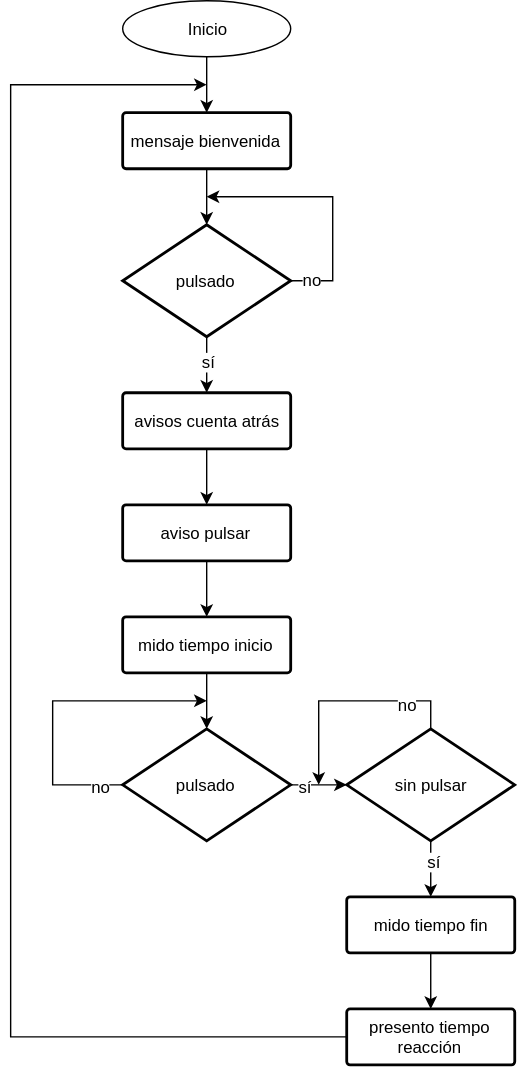
Earlier version of the draw.io export bitbloq/doc/reaction_time.svg (marcoantmartinez/marcoantmartinez.github.io). Source tidied: cells renumbered, new cells last; positions are measured from the earlier drawing's top-left corner, leaving out a move shared by most shapes.
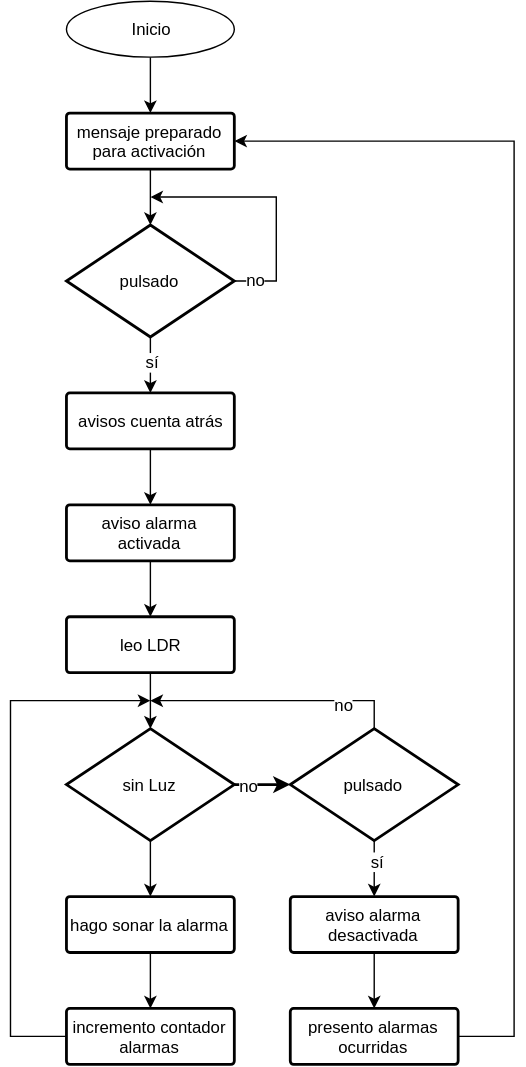
The same diagram one commit later.

Diff of the diagram source:
```diff
@@ -17,33 +17,25 @@
     <mxCell id="6" style="edgeStyle=orthogonalEdgeStyle;rounded=0;html=1;exitX=0.5;exitY=1;exitPerimeter=0;entryX=0.5;entryY=0;entryPerimeter=0;jettySize=auto;" parent="1" edge="1" source="7" target="9">
       <mxGeometry relative="1" as="geometry" />
     </mxCell>
-    <mxCell id="7" value="aviso pulsar" style="strokeWidth=2;html=1;shape=mxgraph.flowchart.process;whiteSpace=wrap;" parent="1" vertex="1">
+    <mxCell id="7" value="aviso alarma activada" style="strokeWidth=2;html=1;shape=mxgraph.flowchart.process;whiteSpace=wrap;" parent="1" vertex="1">
       <mxGeometry x="110" y="360" width="120" height="40" as="geometry" />
     </mxCell>
     <mxCell id="8" style="edgeStyle=orthogonalEdgeStyle;rounded=0;html=1;exitX=0.5;exitY=1;exitPerimeter=0;entryX=0.5;entryY=0;entryPerimeter=0;jettySize=auto;" parent="1" edge="1" source="9" target="14">
       <mxGeometry relative="1" as="geometry" />
     </mxCell>
-    <mxCell id="9" value="mido tiempo inicio" style="strokeWidth=2;html=1;shape=mxgraph.flowchart.process;whiteSpace=wrap;" parent="1" vertex="1">
+    <mxCell id="9" value="leo LDR" style="strokeWidth=2;html=1;shape=mxgraph.flowchart.process;whiteSpace=wrap;" parent="1" vertex="1">
       <mxGeometry x="110" y="440" width="120" height="40" as="geometry" />
     </mxCell>
-    <mxCell id="10" style="edgeStyle=orthogonalEdgeStyle;rounded=0;html=1;exitX=1;exitY=0.5;exitPerimeter=0;entryX=0;entryY=0.5;entryPerimeter=0;jettySize=auto;" parent="1" edge="1" source="14" target="19">
+    <mxCell id="10" style="edgeStyle=orthogonalEdgeStyle;rounded=0;html=1;exitX=1;exitY=0.5;exitPerimeter=0;entryX=0;entryY=0.5;entryPerimeter=0;jettySize=auto;strokeWidth=2;" parent="1" edge="1" source="14" target="19">
       <mxGeometry relative="1" as="geometry" />
     </mxCell>
-    <mxCell id="11" value="sí" style="text;html=1;align=center;verticalAlign=middle;labelBackgroundColor=#ffffff;" parent="10" vertex="1">
+    <mxCell id="11" value="no" style="text;html=1;align=center;verticalAlign=middle;labelBackgroundColor=#ffffff;" parent="10" vertex="1">
       <mxGeometry x="-0.5" relative="1" as="geometry" />
     </mxCell>
-    <mxCell id="12" style="edgeStyle=elbowEdgeStyle;rounded=0;html=1;exitX=0;exitY=0.5;exitPerimeter=0;jettySize=auto;" parent="1" edge="1" source="14">
-      <mxGeometry relative="1" as="geometry">
-        <mxPoint x="170" y="500" as="targetPoint" />
-        <Array as="points">
-          <mxPoint x="60" y="530" />
-        </Array>
-      </mxGeometry>
-    </mxCell>
-    <mxCell id="13" value="no" style="text;html=1;align=center;verticalAlign=middle;labelBackgroundColor=#ffffff;" parent="12" vertex="1">
-      <mxGeometry x="-0.85" relative="1" as="geometry" />
-    </mxCell>
+    <mxCell id="31" style="edgeStyle=elbowEdgeStyle;rounded=0;html=1;exitX=0.5;exitY=1;exitPerimeter=0;entryX=0.5;entryY=0;entryPerimeter=0;jettySize=auto;strokeWidth=1;fontSize=14;fontColor=#000000;" parent="1" edge="1" source="14" target="35">
+      <mxGeometry relative="1" as="geometry" />
+    </mxCell>
-    <mxCell id="14" value="pulsado" style="strokeWidth=2;html=1;shape=mxgraph.flowchart.decision;whiteSpace=wrap;" parent="1" vertex="1">
+    <mxCell id="14" value="sin Luz" style="strokeWidth=2;html=1;shape=mxgraph.flowchart.decision;whiteSpace=wrap;" parent="1" vertex="1">
       <mxGeometry x="110" y="520" width="120" height="80" as="geometry" />
     </mxCell>
     <mxCell id="15" style="edgeStyle=orthogonalEdgeStyle;rounded=0;html=1;exitX=0.5;exitY=1;exitPerimeter=0;entryX=0.5;entryY=0;entryPerimeter=0;jettySize=auto;" parent="1" edge="1" source="19" target="21">
@@ -52,9 +44,9 @@
     <mxCell id="16" value="sí" style="text;html=1;align=center;verticalAlign=middle;labelBackgroundColor=#ffffff;" parent="15" vertex="1">
       <mxGeometry x="-0.3" y="2" relative="1" as="geometry" />
     </mxCell>
-    <mxCell id="17" style="edgeStyle=elbowEdgeStyle;rounded=0;elbow=vertical;html=1;exitX=0.5;exitY=0;exitPerimeter=0;jettySize=auto;" parent="1" edge="1" source="19">
+    <mxCell id="17" style="edgeStyle=elbowEdgeStyle;rounded=0;elbow=vertical;html=1;exitX=0.5;exitY=0;exitPerimeter=0;jettySize=auto;strokeWidth=1;" parent="1" edge="1" source="19">
       <mxGeometry relative="1" as="geometry">
-        <mxPoint x="250" y="560" as="targetPoint" />
+        <mxPoint x="170" y="500" as="targetPoint" />
         <Array as="points">
           <mxPoint x="280" y="500" />
         </Array>
@@ -63,25 +55,24 @@
     <mxCell id="18" value="no" style="text;html=1;align=center;verticalAlign=middle;labelBackgroundColor=#ffffff;" parent="17" vertex="1">
       <mxGeometry x="-0.54" y="2" relative="1" as="geometry" />
     </mxCell>
-    <mxCell id="19" value="sin pulsar" style="strokeWidth=2;html=1;shape=mxgraph.flowchart.decision;whiteSpace=wrap;" parent="1" vertex="1">
+    <mxCell id="19" value="pulsado" style="strokeWidth=2;html=1;shape=mxgraph.flowchart.decision;whiteSpace=wrap;" parent="1" vertex="1">
       <mxGeometry x="270" y="520" width="120" height="80" as="geometry" />
     </mxCell>
     <mxCell id="20" style="edgeStyle=elbowEdgeStyle;rounded=0;html=1;exitX=0.5;exitY=1;exitPerimeter=0;entryX=0.5;entryY=0;entryPerimeter=0;jettySize=auto;" parent="1" edge="1" source="21" target="23">
       <mxGeometry relative="1" as="geometry" />
     </mxCell>
-    <mxCell id="21" value="mido tiempo fin" style="strokeWidth=2;html=1;shape=mxgraph.flowchart.process;whiteSpace=wrap;" parent="1" vertex="1">
+    <mxCell id="21" value="aviso alarma desactivada" style="strokeWidth=2;html=1;shape=mxgraph.flowchart.process;whiteSpace=wrap;" parent="1" vertex="1">
       <mxGeometry x="270" y="640" width="120" height="40" as="geometry" />
     </mxCell>
-    <mxCell id="22" style="edgeStyle=elbowEdgeStyle;rounded=0;html=1;jettySize=auto;exitX=0;exitY=0.5;exitPerimeter=0;" parent="1" edge="1" source="23">
-      <mxGeometry relative="1" as="geometry">
-        <mxPoint x="170" y="60" as="targetPoint" />
-        <Array as="points">
-          <mxPoint x="30" y="400" />
-          <mxPoint y="420" />
-        </Array>
-      </mxGeometry>
-    </mxCell>
+    <mxCell id="32" style="edgeStyle=orthogonalEdgeStyle;rounded=0;html=1;exitX=1;exitY=0.5;exitPerimeter=0;entryX=1;entryY=0.5;entryPerimeter=0;jettySize=auto;strokeWidth=1;fontSize=14;fontColor=#000000;" parent="1" edge="1" source="23" target="27">
+      <mxGeometry relative="1" as="geometry">
+        <Array as="points">
+          <mxPoint x="430" y="740" />
+          <mxPoint x="430" y="100" />
+        </Array>
+      </mxGeometry>
+    </mxCell>
-    <mxCell id="23" value="presento tiempo reacción" style="strokeWidth=2;html=1;shape=mxgraph.flowchart.process;whiteSpace=wrap;" parent="1" vertex="1">
+    <mxCell id="23" value="presento alarmas ocurridas" style="strokeWidth=2;html=1;shape=mxgraph.flowchart.process;whiteSpace=wrap;" parent="1" vertex="1">
       <mxGeometry x="270" y="720" width="120" height="40" as="geometry" />
     </mxCell>
     <mxCell id="24" style="endArrow=classic;html=1;entryX=0.5;entryY=0;entryPerimeter=0;exitX=0.5;exitY=1;exitPerimeter=0;" parent="1" edge="1" source="30" target="5">
@@ -93,7 +84,7 @@
     <mxCell id="26" style="edgeStyle=elbowEdgeStyle;rounded=0;html=1;exitX=0.5;exitY=1;exitPerimeter=0;entryX=0.5;entryY=0;entryPerimeter=0;jettySize=auto;" parent="1" edge="1" source="27" target="30">
       <mxGeometry relative="1" as="geometry" />
     </mxCell>
-    <mxCell id="27" value="mensaje bienvenida" style="strokeWidth=2;html=1;shape=mxgraph.flowchart.process;whiteSpace=wrap;" parent="1" vertex="1">
+    <mxCell id="27" value="mensaje preparado para activación" style="strokeWidth=2;html=1;shape=mxgraph.flowchart.process;whiteSpace=wrap;" parent="1" vertex="1">
       <mxGeometry x="110" y="80" width="120" height="40" as="geometry" />
     </mxCell>
     <mxCell id="28" style="edgeStyle=elbowEdgeStyle;rounded=0;html=1;exitX=1;exitY=0.5;exitPerimeter=0;jettySize=auto;" parent="1" edge="1" source="30">
@@ -110,5 +101,22 @@
     <mxCell id="30" value="pulsado" style="strokeWidth=2;html=1;shape=mxgraph.flowchart.decision;whiteSpace=wrap;" parent="1" vertex="1">
       <mxGeometry x="110" y="160" width="120" height="80" as="geometry" />
     </mxCell>
+    <mxCell id="33" style="edgeStyle=elbowEdgeStyle;rounded=0;html=1;jettySize=auto;strokeWidth=1;fontSize=14;fontColor=#000000;exitX=0;exitY=0.5;exitPerimeter=0;" parent="1" edge="1" source="36">
+      <mxGeometry relative="1" as="geometry">
+        <mxPoint x="170" y="500" as="targetPoint" />
+        <Array as="points">
+          <mxPoint x="70" y="620" />
+        </Array>
+      </mxGeometry>
+    </mxCell>
+    <mxCell id="34" style="edgeStyle=elbowEdgeStyle;rounded=0;html=1;exitX=0.5;exitY=1;exitPerimeter=0;entryX=0.5;entryY=0;entryPerimeter=0;jettySize=auto;strokeWidth=1;fontSize=14;fontColor=#000000;" parent="1" edge="1" source="35" target="36">
+      <mxGeometry relative="1" as="geometry" />
+    </mxCell>
+    <mxCell id="35" value="hago sonar la alarma" style="strokeWidth=2;html=1;shape=mxgraph.flowchart.process;whiteSpace=wrap;" parent="1" vertex="1">
+      <mxGeometry x="110" y="640" width="120" height="40" as="geometry" />
+    </mxCell>
+    <mxCell id="36" value="incremento contador alarmas" style="strokeWidth=2;html=1;shape=mxgraph.flowchart.process;whiteSpace=wrap;" parent="1" vertex="1">
+      <mxGeometry x="110" y="720" width="120" height="40" as="geometry" />
+    </mxCell>
   </root>
 </mxGraphModel>
```
